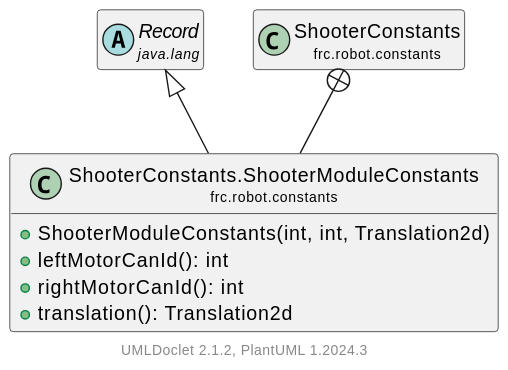
Above: docs/uml/frc/robot/constants/ShooterConstants.ShooterModuleConstants.svg in LakotaRobotics1038/2026RobotProject (PlantUML), before the change.
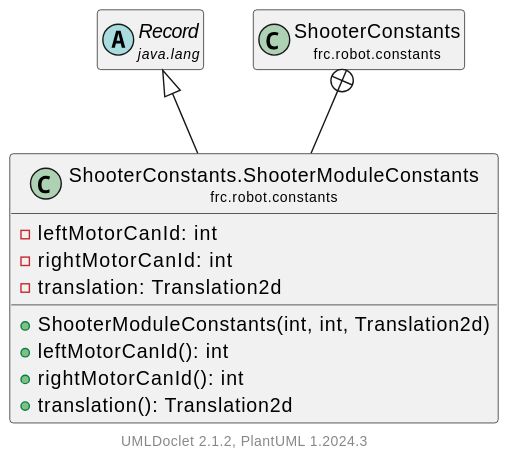
After the commit.

The edit, as a diff of the source:
```diff
@@ -4,6 +4,9 @@
     hide empty methods
 
     class "<size:14>ShooterConstants.ShooterModuleConstants\n<size:10>frc.robot.constants" as frc.robot.constants.ShooterConstants.ShooterModuleConstants [[ShooterConstants.ShooterModuleConstants.html]] {
+        -leftMotorCanId: int
+        -rightMotorCanId: int
+        -translation: Translation2d
         +ShooterModuleConstants(int, int, Translation2d)
         +leftMotorCanId(): int
         +rightMotorCanId(): int
```
